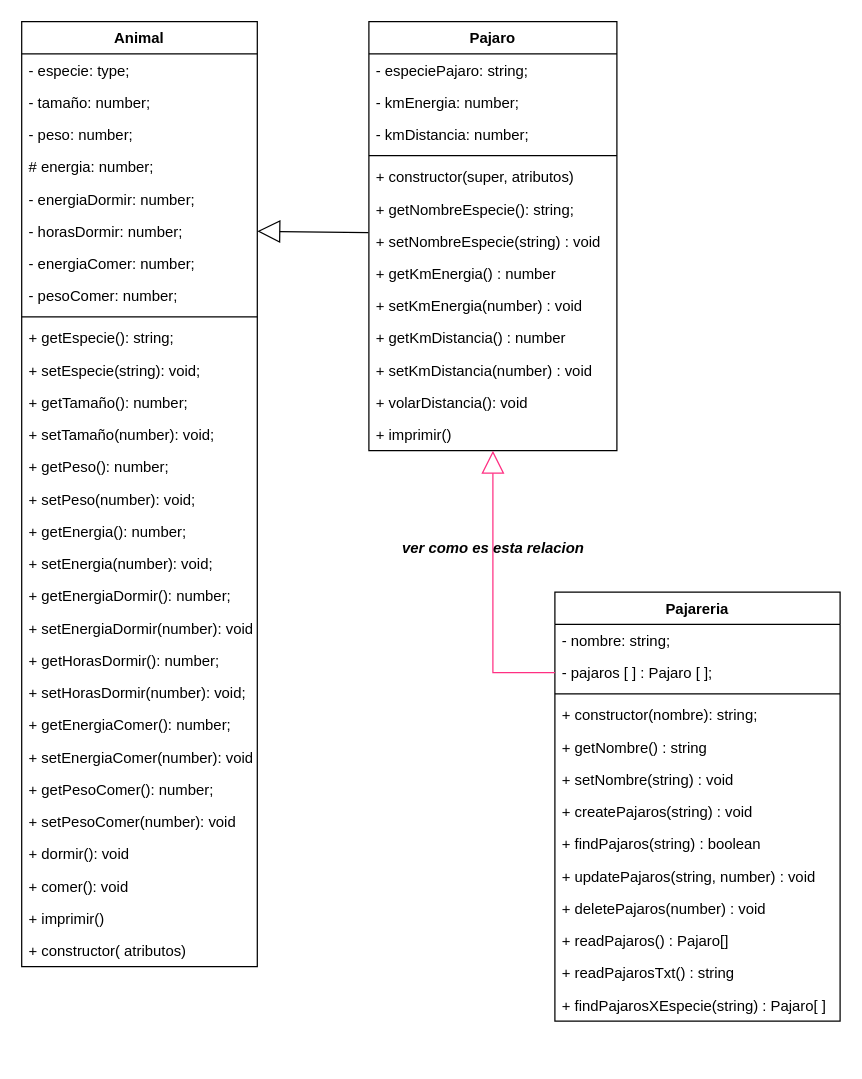
The draw.io diagram 3-POO/Clase_6/ejercicio3/Diagrama Ejemplo Revisar.drawio in VCinthia/PFS2022-BackEnd, before the edit. Source tidied: cells renumbered, new cells numbered last; positions are measured from the earlier drawing's top-left corner, leaving out a move shared by most shapes. Both pictures are drawn from the tidied source at 124%, with x=0, y=0 at pixel (21, 21).
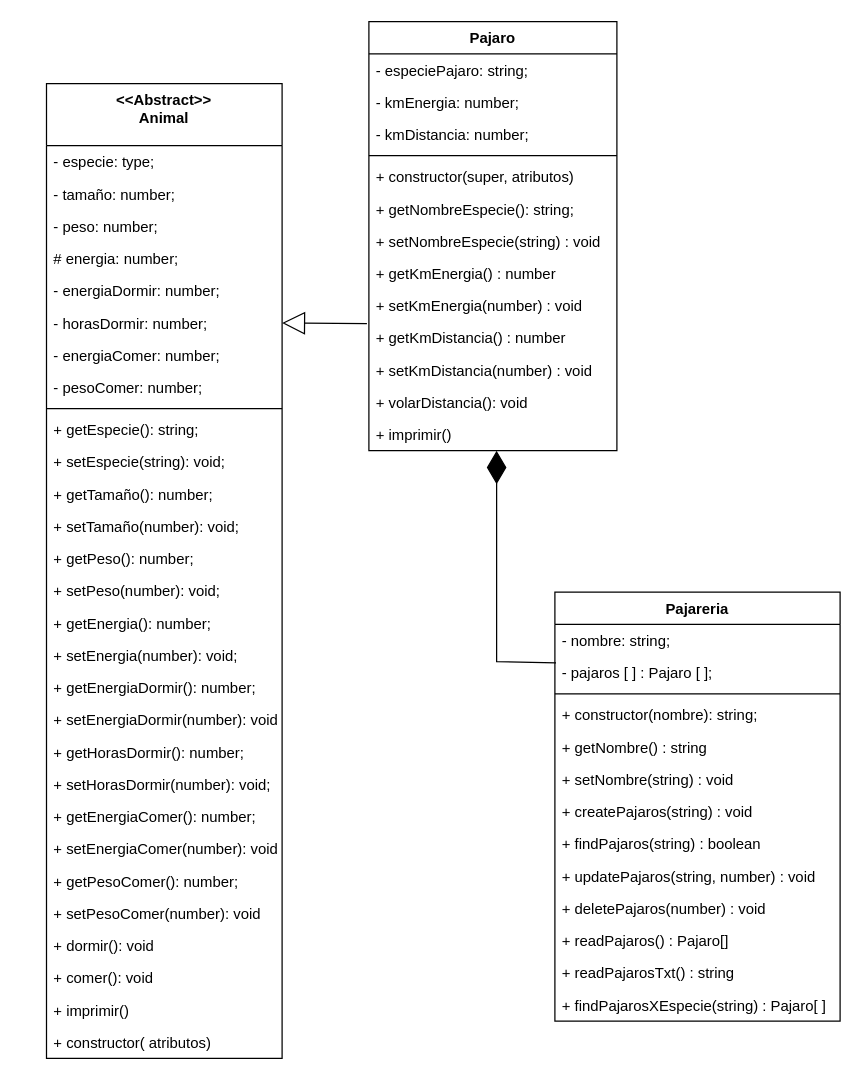
Above is the later version.

Unchanged cells that the change refers to:
```xml
<mxCell id="39" value="+ setNombreEspecie(string) : void" style="text;strokeColor=none;fillColor=none;align=left;verticalAlign=top;spacingLeft=4;spacingRight=4;overflow=hidden;points=[[0,0.5],[1,0.5]];portConstraint=eastwest;" parent="32" vertex="1">
  <mxGeometry y="164" width="200" height="26" as="geometry" />
</mxCell>
<mxCell id="41" value="+ setKmEnergia(number) : void" style="text;strokeColor=none;fillColor=none;align=left;verticalAlign=top;spacingLeft=4;spacingRight=4;overflow=hidden;points=[[0,0.5],[1,0.5]];portConstraint=eastwest;" parent="32" vertex="1">
  <mxGeometry y="216" width="200" height="26" as="geometry" />
</mxCell>
<mxCell id="45" value="+ imprimir()" style="text;strokeColor=none;fillColor=none;align=left;verticalAlign=top;spacingLeft=4;spacingRight=4;overflow=hidden;points=[[0,0.5],[1,0.5]];portConstraint=eastwest;" parent="32" vertex="1">
  <mxGeometry y="320" width="200" height="26" as="geometry" />
</mxCell>
<mxCell id="48" value="- pajaros [ ] : Pajaro [ ];" style="text;strokeColor=none;fillColor=none;align=left;verticalAlign=top;spacingLeft=4;spacingRight=4;overflow=hidden;points=[[0,0.5],[1,0.5]];portConstraint=eastwest;" parent="46" vertex="1">
  <mxGeometry y="52" width="230" height="26" as="geometry" />
</mxCell>
```

Change to the diagram source:
```diff
@@
-    <mxCell id="2" value="Animal" style="swimlane;fontStyle=1;align=center;verticalAlign=top;horizontal=1;startSize=26;" parent="1" vertex="1">
-      <mxGeometry width="190" height="762" as="geometry" />
+    <mxCell id="2" value="&lt;&lt;Abstract&gt;&gt;&#10;Animal" style="swimlane;fontStyle=1;align=center;verticalAlign=top;horizontal=1;startSize=50;" parent="1" vertex="1">
+      <mxGeometry x="20" y="50" width="190" height="786" as="geometry" />
     </mxCell>
     <mxCell id="3" value="- especie: type;" style="text;strokeColor=none;fillColor=none;align=left;verticalAlign=top;spacingLeft=4;spacingRight=4;overflow=hidden;" parent="2" vertex="1">
-      <mxGeometry y="26" width="190" height="26" as="geometry" />
+      <mxGeometry y="50" width="190" height="26" as="geometry" />
     </mxCell>
     <mxCell id="4" value="- tamaño: number;" style="text;strokeColor=none;fillColor=none;align=left;verticalAlign=top;spacingLeft=4;spacingRight=4;overflow=hidden;" parent="2" vertex="1">
-      <mxGeometry y="52" width="190" height="26" as="geometry" />
+      <mxGeometry y="76" width="190" height="26" as="geometry" />
     </mxCell>
     <mxCell id="5" value="- peso: number; " style="text;strokeColor=none;fillColor=none;align=left;verticalAlign=top;spacingLeft=4;spacingRight=4;overflow=hidden;" parent="2" vertex="1">
-      <mxGeometry y="78" width="190" height="26" as="geometry" />
+      <mxGeometry y="102" width="190" height="26" as="geometry" />
     </mxCell>
     <mxCell id="6" value="# energia: number;" style="text;strokeColor=none;fillColor=none;align=left;verticalAlign=top;spacingLeft=4;spacingRight=4;overflow=hidden;" parent="2" vertex="1">
-      <mxGeometry y="104" width="190" height="26" as="geometry" />
+      <mxGeometry y="128" width="190" height="26" as="geometry" />
     </mxCell>
     <mxCell id="7" value="- energiaDormir: number;" style="text;strokeColor=none;fillColor=none;align=left;verticalAlign=top;spacingLeft=4;spacingRight=4;overflow=hidden;" parent="2" vertex="1">
-      <mxGeometry y="130" width="190" height="26" as="geometry" />
+      <mxGeometry y="154" width="190" height="26" as="geometry" />
     </mxCell>
     <mxCell id="8" value="- horasDormir: number;" style="text;strokeColor=none;fillColor=none;align=left;verticalAlign=top;spacingLeft=4;spacingRight=4;overflow=hidden;points=[[0,0.5],[1,0.5]];portConstraint=eastwest;" parent="2" vertex="1">
-      <mxGeometry y="156" width="190" height="26" as="geometry" />
+      <mxGeometry y="180" width="190" height="26" as="geometry" />
     </mxCell>
     <mxCell id="9" value="- energiaComer: number;" style="text;strokeColor=none;fillColor=none;align=left;verticalAlign=top;spacingLeft=4;spacingRight=4;overflow=hidden;" parent="2" vertex="1">
-      <mxGeometry y="182" width="190" height="26" as="geometry" />
+      <mxGeometry y="206" width="190" height="26" as="geometry" />
     </mxCell>
     <mxCell id="10" value="- pesoComer: number;" style="text;strokeColor=none;fillColor=none;align=left;verticalAlign=top;spacingLeft=4;spacingRight=4;overflow=hidden;" parent="2" vertex="1">
-      <mxGeometry y="208" width="190" height="26" as="geometry" />
+      <mxGeometry y="232" width="190" height="26" as="geometry" />
     </mxCell>
     <mxCell id="11" style="line;strokeWidth=1;fillColor=none;align=left;verticalAlign=middle;spacingTop=-1;spacingLeft=3;spacingRight=3;labelPosition=right;" parent="2" vertex="1">
-      <mxGeometry y="234" width="190" height="8" as="geometry" />
+      <mxGeometry y="258" width="190" height="8" as="geometry" />
     </mxCell>
     <mxCell id="12" value="+ getEspecie(): string;" style="text;strokeColor=none;fillColor=none;align=left;verticalAlign=top;spacingLeft=4;spacingRight=4;overflow=hidden;" parent="2" vertex="1">
-      <mxGeometry y="242" width="190" height="26" as="geometry" />
+      <mxGeometry y="266" width="190" height="26" as="geometry" />
     </mxCell>
     <mxCell id="13" value="+ setEspecie(string): void;" style="text;strokeColor=none;fillColor=none;align=left;verticalAlign=top;spacingLeft=4;spacingRight=4;overflow=hidden;" parent="2" vertex="1">
-      <mxGeometry y="268" width="190" height="26" as="geometry" />
+      <mxGeometry y="292" width="190" height="26" as="geometry" />
     </mxCell>
     <mxCell id="14" value="+ getTamaño(): number;" style="text;strokeColor=none;fillColor=none;align=left;verticalAlign=top;spacingLeft=4;spacingRight=4;overflow=hidden;" parent="2" vertex="1">
-      <mxGeometry y="294" width="190" height="26" as="geometry" />
+      <mxGeometry y="318" width="190" height="26" as="geometry" />
     </mxCell>
     <mxCell id="15" value="+ setTamaño(number): void;" style="text;strokeColor=none;fillColor=none;align=left;verticalAlign=top;spacingLeft=4;spacingRight=4;overflow=hidden;" parent="2" vertex="1">
-      <mxGeometry y="320" width="190" height="26" as="geometry" />
+      <mxGeometry y="344" width="190" height="26" as="geometry" />
     </mxCell>
     <mxCell id="16" value="+ getPeso(): number;" style="text;strokeColor=none;fillColor=none;align=left;verticalAlign=top;spacingLeft=4;spacingRight=4;overflow=hidden;" parent="2" vertex="1">
-      <mxGeometry y="346" width="190" height="26" as="geometry" />
+      <mxGeometry y="370" width="190" height="26" as="geometry" />
     </mxCell>
     <mxCell id="17" value="+ setPeso(number): void;" style="text;strokeColor=none;fillColor=none;align=left;verticalAlign=top;spacingLeft=4;spacingRight=4;overflow=hidden;" parent="2" vertex="1">
-      <mxGeometry y="372" width="190" height="26" as="geometry" />
+      <mxGeometry y="396" width="190" height="26" as="geometry" />
     </mxCell>
     <mxCell id="18" value="+ getEnergia(): number;" style="text;strokeColor=none;fillColor=none;align=left;verticalAlign=top;spacingLeft=4;spacingRight=4;overflow=hidden;" parent="2" vertex="1">
-      <mxGeometry y="398" width="190" height="26" as="geometry" />
+      <mxGeometry y="422" width="190" height="26" as="geometry" />
     </mxCell>
     <mxCell id="19" value="+ setEnergia(number): void;" style="text;strokeColor=none;fillColor=none;align=left;verticalAlign=top;spacingLeft=4;spacingRight=4;overflow=hidden;" parent="2" vertex="1">
-      <mxGeometry y="424" width="190" height="26" as="geometry" />
+      <mxGeometry y="448" width="190" height="26" as="geometry" />
     </mxCell>
     <mxCell id="20" value="+ getEnergiaDormir(): number;" style="text;strokeColor=none;fillColor=none;align=left;verticalAlign=top;spacingLeft=4;spacingRight=4;overflow=hidden;" parent="2" vertex="1">
-      <mxGeometry y="450" width="190" height="26" as="geometry" />
+      <mxGeometry y="474" width="190" height="26" as="geometry" />
     </mxCell>
     <mxCell id="21" value="+ setEnergiaDormir(number): void;" style="text;strokeColor=none;fillColor=none;align=left;verticalAlign=top;spacingLeft=4;spacingRight=4;overflow=hidden;" parent="2" vertex="1">
-      <mxGeometry y="476" width="190" height="26" as="geometry" />
+      <mxGeometry y="500" width="190" height="26" as="geometry" />
     </mxCell>
     <mxCell id="22" value="+ getHorasDormir(): number;" style="text;strokeColor=none;fillColor=none;align=left;verticalAlign=top;spacingLeft=4;spacingRight=4;overflow=hidden;" parent="2" vertex="1">
-      <mxGeometry y="502" width="190" height="26" as="geometry" />
+      <mxGeometry y="526" width="190" height="26" as="geometry" />
     </mxCell>
     <mxCell id="23" value="+ setHorasDormir(number): void;" style="text;strokeColor=none;fillColor=none;align=left;verticalAlign=top;spacingLeft=4;spacingRight=4;overflow=hidden;" parent="2" vertex="1">
-      <mxGeometry y="528" width="190" height="26" as="geometry" />
+      <mxGeometry y="552" width="190" height="26" as="geometry" />
     </mxCell>
     <mxCell id="24" value="+ getEnergiaComer(): number;" style="text;strokeColor=none;fillColor=none;align=left;verticalAlign=top;spacingLeft=4;spacingRight=4;overflow=hidden;" parent="2" vertex="1">
-      <mxGeometry y="554" width="190" height="26" as="geometry" />
+      <mxGeometry y="578" width="190" height="26" as="geometry" />
     </mxCell>
     <mxCell id="25" value="+ setEnergiaComer(number): void" style="text;strokeColor=none;fillColor=none;align=left;verticalAlign=top;spacingLeft=4;spacingRight=4;overflow=hidden;" parent="2" vertex="1">
-      <mxGeometry y="580" width="190" height="26" as="geometry" />
+      <mxGeometry y="604" width="190" height="26" as="geometry" />
     </mxCell>
     <mxCell id="26" value="+ getPesoComer(): number;" style="text;strokeColor=none;fillColor=none;align=left;verticalAlign=top;spacingLeft=4;spacingRight=4;overflow=hidden;" parent="2" vertex="1">
-      <mxGeometry y="606" width="190" height="26" as="geometry" />
+      <mxGeometry y="630" width="190" height="26" as="geometry" />
     </mxCell>
     <mxCell id="27" value="+ setPesoComer(number): void" style="text;strokeColor=none;fillColor=none;align=left;verticalAlign=top;spacingLeft=4;spacingRight=4;overflow=hidden;" parent="2" vertex="1">
-      <mxGeometry y="632" width="190" height="26" as="geometry" />
+      <mxGeometry y="656" width="190" height="26" as="geometry" />
     </mxCell>
     <mxCell id="28" value="+ dormir(): void" style="text;strokeColor=none;fillColor=none;align=left;verticalAlign=top;spacingLeft=4;spacingRight=4;overflow=hidden;" parent="2" vertex="1">
-      <mxGeometry y="658" width="190" height="26" as="geometry" />
+      <mxGeometry y="682" width="190" height="26" as="geometry" />
     </mxCell>
     <mxCell id="29" value="+ comer(): void" style="text;strokeColor=none;fillColor=none;align=left;verticalAlign=top;spacingLeft=4;spacingRight=4;overflow=hidden;" parent="2" vertex="1">
-      <mxGeometry y="684" width="190" height="26" as="geometry" />
+      <mxGeometry y="708" width="190" height="26" as="geometry" />
     </mxCell>
     <mxCell id="30" value="+ imprimir()" style="text;strokeColor=none;fillColor=none;align=left;verticalAlign=top;spacingLeft=4;spacingRight=4;overflow=hidden;" parent="2" vertex="1">
-      <mxGeometry y="710" width="190" height="26" as="geometry" />
+      <mxGeometry y="734" width="190" height="26" as="geometry" />
     </mxCell>
     <mxCell id="31" value="+ constructor( atributos)" style="text;strokeColor=none;fillColor=none;align=left;verticalAlign=top;spacingLeft=4;spacingRight=4;overflow=hidden;" parent="2" vertex="1">
-      <mxGeometry y="736" width="190" height="26" as="geometry" />
+      <mxGeometry y="760" width="190" height="26" as="geometry" />
     </mxCell>
@@
-    <mxCell id="60" style="endArrow=block;endSize=16;endFill=0;html=1;rounded=0;exitX=-0.002;exitY=0.237;exitDx=0;exitDy=0;entryX=1;entryY=0.5;entryDx=0;entryDy=0;exitPerimeter=0;" parent="1" edge="1" source="39" target="8">
+    <mxCell id="60" style="endArrow=block;endSize=16;endFill=0;html=1;rounded=0;exitX=-0.008;exitY=1.06;exitDx=0;exitDy=0;entryX=1;entryY=0.5;entryDx=0;entryDy=0;exitPerimeter=0;" parent="1" edge="1" source="41" target="8">
       <mxGeometry relative="1" as="geometry" />
     </mxCell>
-    <mxCell id="61" style="endArrow=block;endSize=16;endFill=0;html=1;rounded=0;exitX=0;exitY=0.5;exitDx=0;exitDy=0;strokeColor=#FF3083;" parent="1" edge="1" source="48" target="45">
-      <mxGeometry relative="1" as="geometry">
-        <Array as="points">
-          <mxPoint x="380" y="525" />
-        </Array>
-      </mxGeometry>
-    </mxCell>
-    <mxCell id="62" value="&lt;b&gt;&lt;i&gt;ver como es esta relacion&lt;/i&gt;&lt;/b&gt;" style="text;html=1;align=center;verticalAlign=middle;fillColor=none;strokeColor=none;rounded=0;" parent="1" vertex="1">
-      <mxGeometry x="295" y="410" width="170" height="30" as="geometry" />
-    </mxCell>
+    <mxCell id="63" style="endArrow=diamondThin;endFill=1;endSize=24;html=1;rounded=0;exitX=0.004;exitY=-0.038;exitDx=0;exitDy=0;exitPerimeter=0;" parent="1" edge="1">
+      <mxGeometry relative="1" as="geometry">
+        <mxPoint x="430.9" y="517" as="sourcePoint" />
+        <mxPoint x="383" y="346" as="targetPoint" />
+        <Array as="points">
+          <mxPoint x="383" y="516" />
+        </Array>
+      </mxGeometry>
+    </mxCell>
```
